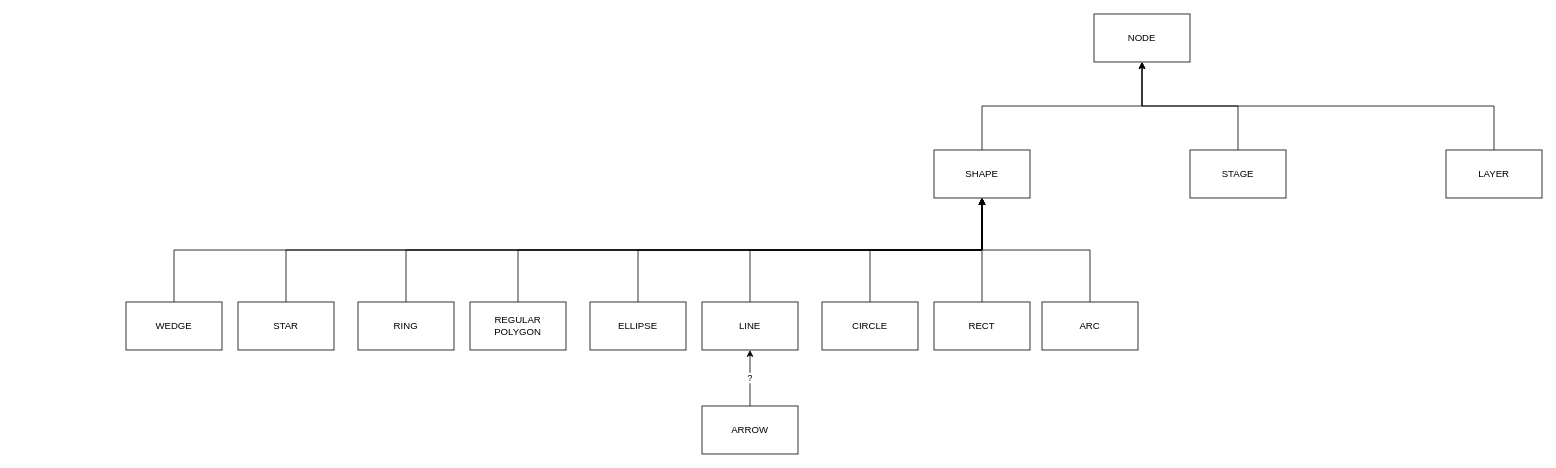
This is Docs/KonvaHierarchy.drawio from xevilmaxx/BlazorKonva, a draw.io file, before an edit. Source tidied: cells renumbered, new cells numbered last; positions are measured from the earlier drawing's top-left corner, leaving out a move shared by most shapes. Both pictures are drawn from the tidied source at 80%, with x=0, y=0 at pixel (126, 14).
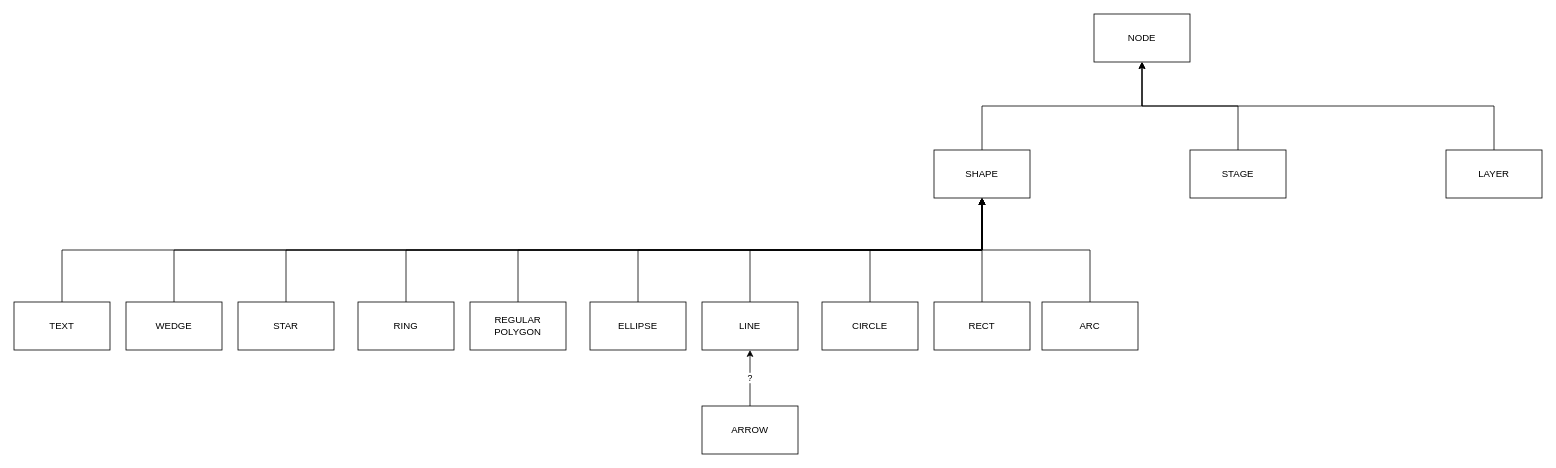
Above is the later version.

The change refers to these unchanged cells:
```xml
<mxCell id="4" value="SHAPE" style="rounded=0;whiteSpace=wrap;html=1;" parent="1" vertex="1">
  <mxGeometry x="1010" y="170" width="120" height="60" as="geometry" />
</mxCell>
```

Change to the diagram source:
```diff
@@
+    <mxCell id="29" style="edgeStyle=orthogonalEdgeStyle;rounded=0;jettySize=auto;html=1;entryX=0.5;entryY=1;entryDx=0;entryDy=0;exitX=0.5;exitY=0;exitDx=0;exitDy=0;" parent="1" edge="1" source="30" target="4">
+      <mxGeometry relative="1" as="geometry" />
+    </mxCell>
+    <mxCell id="30" value="TEXT" style="rounded=0;whiteSpace=wrap;html=1;" parent="1" vertex="1">
+      <mxGeometry x="-140" y="360" width="120" height="60" as="geometry" />
+    </mxCell>
```
